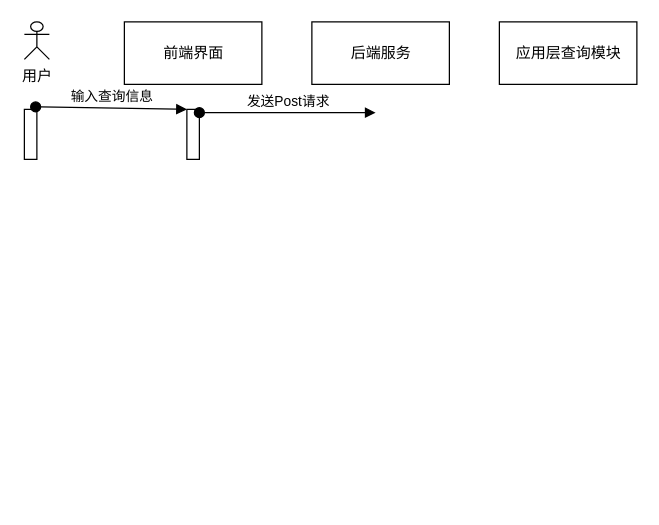
Before: tupian/前后端交互.drawio in JJFatherL/biyesheji, a draw.io diagram. Source tidied: cells renumbered, new cells numbered last; positions are measured from the earlier drawing's top-left corner, leaving out a move shared by most shapes. Both pictures are drawn from the tidied source at 125%, with x=0, y=0 at pixel (24, 21).
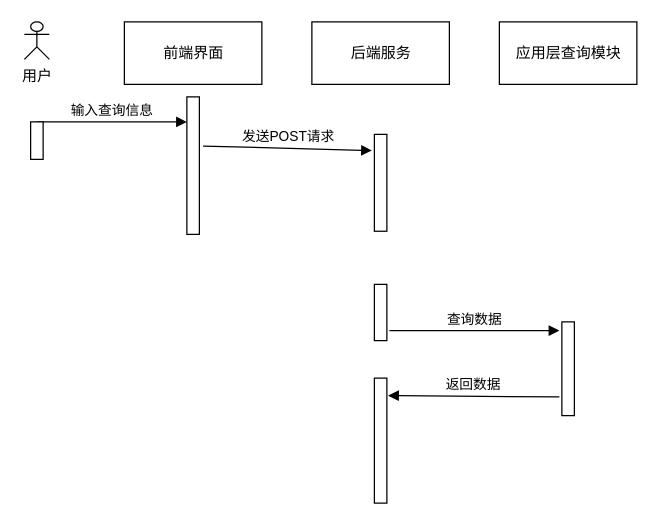
The same diagram, later.

Commit message (it also covers changes not shown here):
更新前后端交互.drawio

The edit, as a diff of the source:
```diff
@@
 <mxGraphModel>
   <root>
     <mxCell id="0" />
     <mxCell id="1" parent="0" />
     <mxCell id="2" value="用户" style="shape=umlActor;verticalLabelPosition=bottom;verticalAlign=top;html=1;" parent="1" vertex="1">
       <mxGeometry width="20" height="30" as="geometry" />
     </mxCell>
     <mxCell id="3" value="前端界面" style="html=1;" parent="1" vertex="1">
       <mxGeometry x="80" width="110" height="50" as="geometry" />
     </mxCell>
     <mxCell id="4" value="后端服务" style="html=1;" parent="1" vertex="1">
       <mxGeometry x="230" width="110" height="50" as="geometry" />
     </mxCell>
     <mxCell id="5" value="应用层查询模块" style="html=1;" parent="1" vertex="1">
       <mxGeometry x="380" width="110" height="50" as="geometry" />
     </mxCell>
-    <mxCell id="6" style="html=1;points=[];perimeter=orthogonalPerimeter;" parent="1" vertex="1">
-      <mxGeometry y="70" width="10" height="40" as="geometry" />
-    </mxCell>
-    <mxCell id="7" style="html=1;points=[];perimeter=orthogonalPerimeter;" parent="1" vertex="1">
-      <mxGeometry x="130" y="70" width="10" height="40" as="geometry" />
-    </mxCell>
+    <mxCell id="10" style="html=1;points=[];perimeter=orthogonalPerimeter;" parent="1" vertex="1">
+      <mxGeometry x="130" y="60" width="10" height="110" as="geometry" />
+    </mxCell>
-    <mxCell id="8" value="输入查询信息" style="html=1;verticalAlign=bottom;startArrow=oval;endArrow=block;startSize=8;rounded=0;exitX=0.9;exitY=-0.05;exitDx=0;exitDy=0;exitPerimeter=0;" parent="1" edge="1" source="6" target="7">
-      <mxGeometry relative="1" as="geometry" />
+    <mxCell id="8" value="输入查询信息" style="html=1;verticalAlign=bottom;endArrow=block;rounded=0;" parent="1" edge="1">
+      <mxGeometry relative="1" as="geometry">
+        <mxPoint x="10" y="80" as="sourcePoint" />
+        <mxPoint x="130" y="80" as="targetPoint" />
+      </mxGeometry>
     </mxCell>
-    <mxCell id="9" value="发送Post请求" style="html=1;verticalAlign=bottom;startArrow=oval;endArrow=block;startSize=8;rounded=0;entryX=0.1;entryY=0.18;entryDx=0;entryDy=0;entryPerimeter=0;" parent="1" edge="1" source="7">
-      <mxGeometry relative="1" as="geometry">
-        <mxPoint x="281" y="72.6" as="targetPoint" />
-      </mxGeometry>
-    </mxCell>
+    <mxCell id="11" style="html=1;perimeter=orthogonalPerimeter;" parent="1" vertex="1">
+      <mxGeometry x="5" y="80" width="10" height="30" as="geometry" />
+    </mxCell>
+    <mxCell id="12" style="html=1;points=[];perimeter=orthogonalPerimeter;" parent="1" vertex="1">
+      <mxGeometry x="280" y="210" width="10" height="45" as="geometry" />
+    </mxCell>
+    <mxCell id="13" value="发送POST请求" style="html=1;verticalAlign=bottom;endArrow=block;rounded=0;exitX=1.3;exitY=0.358;exitDx=0;exitDy=0;exitPerimeter=0;entryX=-0.2;entryY=0.167;entryDx=0;entryDy=0;entryPerimeter=0;" parent="1" edge="1" source="10" target="18">
+      <mxGeometry relative="1" as="geometry" />
+    </mxCell>
+    <mxCell id="14" style="html=1;points=[];perimeter=orthogonalPerimeter;" parent="1" vertex="1">
+      <mxGeometry x="430" y="240" width="10" height="75" as="geometry" />
+    </mxCell>
+    <mxCell id="15" value="查询数据" style="html=1;verticalAlign=bottom;endArrow=block;rounded=0;entryX=-0.2;entryY=0.093;entryDx=0;entryDy=0;entryPerimeter=0;exitX=1.2;exitY=0.822;exitDx=0;exitDy=0;exitPerimeter=0;" parent="1" edge="1" source="12" target="14">
+      <mxGeometry relative="1" as="geometry" />
+    </mxCell>
+    <mxCell id="16" style="html=1;points=[];perimeter=orthogonalPerimeter;" parent="1" vertex="1">
+      <mxGeometry x="280" y="285" width="10" height="100" as="geometry" />
+    </mxCell>
+    <mxCell id="17" value="返回数据" style="html=1;verticalAlign=bottom;endArrow=block;rounded=0;entryX=1.1;entryY=0.14;entryDx=0;entryDy=0;entryPerimeter=0;exitX=-0.2;exitY=0.8;exitDx=0;exitDy=0;exitPerimeter=0;" parent="1" edge="1" source="14" target="16">
+      <mxGeometry relative="1" as="geometry" />
+    </mxCell>
+    <mxCell id="18" style="html=1;points=[];perimeter=orthogonalPerimeter;" parent="1" vertex="1">
+      <mxGeometry x="280" y="90" width="10" height="77.5" as="geometry" />
+    </mxCell>
   </root>
 </mxGraphModel>
```
